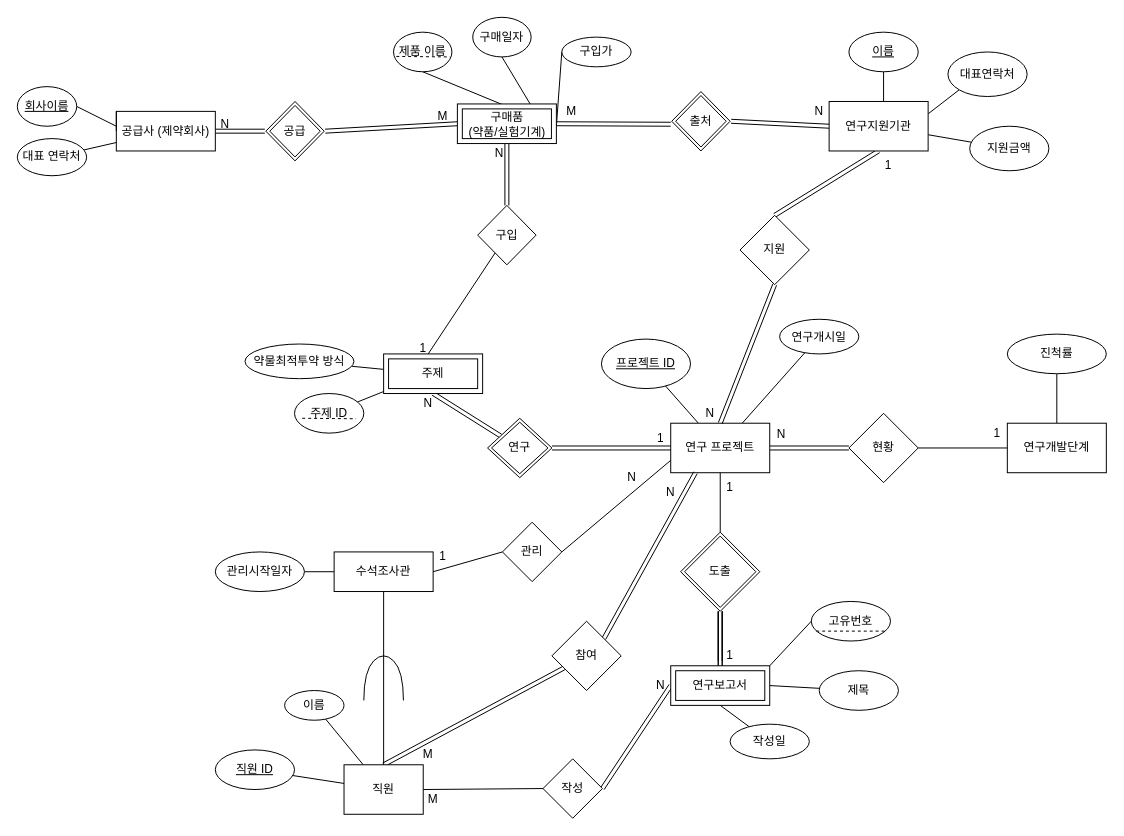
The draw.io diagram Project3.drawio in EarthlyZ9/database-proj3, before the edit. Source tidied: cells renumbered, new cells numbered last; positions are measured from the earlier drawing's top-left corner, leaving out a move shared by most shapes. Both pictures are drawn from the tidied source at 99%, with x=0, y=0 at pixel (17, 17).
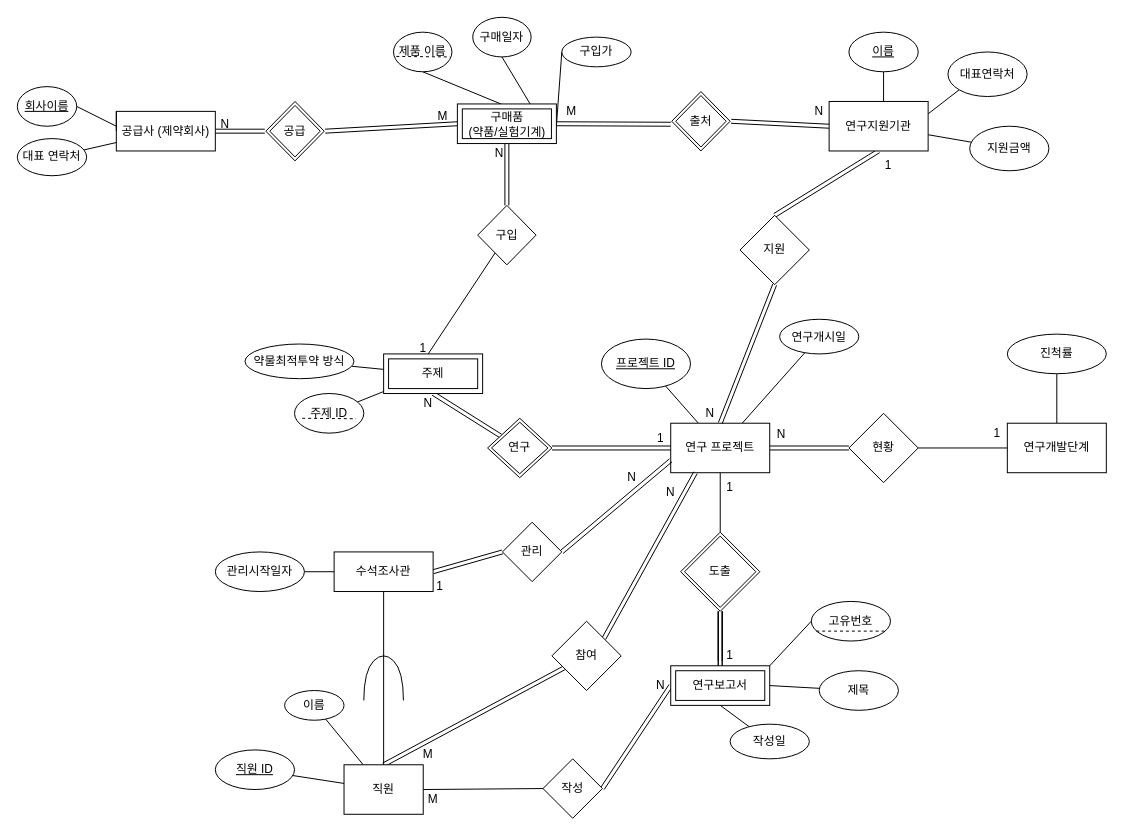
The same diagram, later.

Commit message:
edit relation for chief researcher and project

Unchanged cells that the change refers to:
```xml
<mxCell id="8" value="연구 프로젝트" style="rounded=0;whiteSpace=wrap;html=1;" parent="1" vertex="1">
  <mxGeometry x="660" y="410" width="100" height="50" as="geometry" />
</mxCell>
<mxCell id="91" value="수석조사관" style="whiteSpace=wrap;html=1;align=center;rounded=0;shadow=0;glass=0;comic=0;sketch=0;fillStyle=auto;strokeColor=default;fontFamily=Helvetica;fontSize=12;fontColor=default;fillColor=default;" parent="1" vertex="1">
  <mxGeometry x="320" y="540" width="100" height="40" as="geometry" />
</mxCell>
<mxCell id="95" value="관리" style="rhombus;whiteSpace=wrap;html=1;" parent="1" vertex="1">
  <mxGeometry x="490" y="510" width="60" height="60" as="geometry" />
</mxCell>
```

Change to the diagram source:
```diff
@@
-    <mxCell id="90" style="edgeStyle=none;rounded=0;jettySize=auto;html=1;exitX=1;exitY=0.5;exitDx=0;exitDy=0;entryX=0;entryY=0.5;entryDx=0;entryDy=0;fontFamily=Helvetica;fontSize=12;fontColor=default;endArrow=none;endFill=0;startArrow=none;" parent="1" edge="1" source="91" target="95">
+    <mxCell id="90" style="edgeStyle=none;rounded=0;jettySize=auto;html=1;exitX=1;exitY=0.5;exitDx=0;exitDy=0;entryX=0;entryY=0.5;entryDx=0;entryDy=0;fontFamily=Helvetica;fontSize=12;fontColor=default;endArrow=none;endFill=0;startArrow=none;shape=link;" parent="1" edge="1" source="91" target="95">
       <mxGeometry relative="1" as="geometry" />
     </mxCell>
@@
-    <mxCell id="94" style="edgeStyle=none;rounded=0;jettySize=auto;html=1;exitX=1;exitY=0.5;exitDx=0;exitDy=0;entryX=0;entryY=0.75;entryDx=0;entryDy=0;fontFamily=Helvetica;fontSize=12;fontColor=default;endArrow=none;endFill=0;" parent="1" edge="1" source="95" target="8">
+    <mxCell id="94" style="edgeStyle=none;rounded=0;jettySize=auto;html=1;exitX=1;exitY=0.5;exitDx=0;exitDy=0;entryX=0;entryY=0.75;entryDx=0;entryDy=0;fontFamily=Helvetica;fontSize=12;fontColor=default;endArrow=none;endFill=0;shape=link;" parent="1" edge="1" source="95" target="8">
       <mxGeometry relative="1" as="geometry" />
     </mxCell>
@@
     <mxCell id="96" value="1" style="text;html=1;strokeColor=none;fillColor=none;align=center;verticalAlign=middle;whiteSpace=wrap;rounded=0;" parent="1" vertex="1">
-      <mxGeometry x="400" y="530" width="60" height="30" as="geometry" />
+      <mxGeometry x="397" y="560" width="60" height="30" as="geometry" />
     </mxCell>
```
